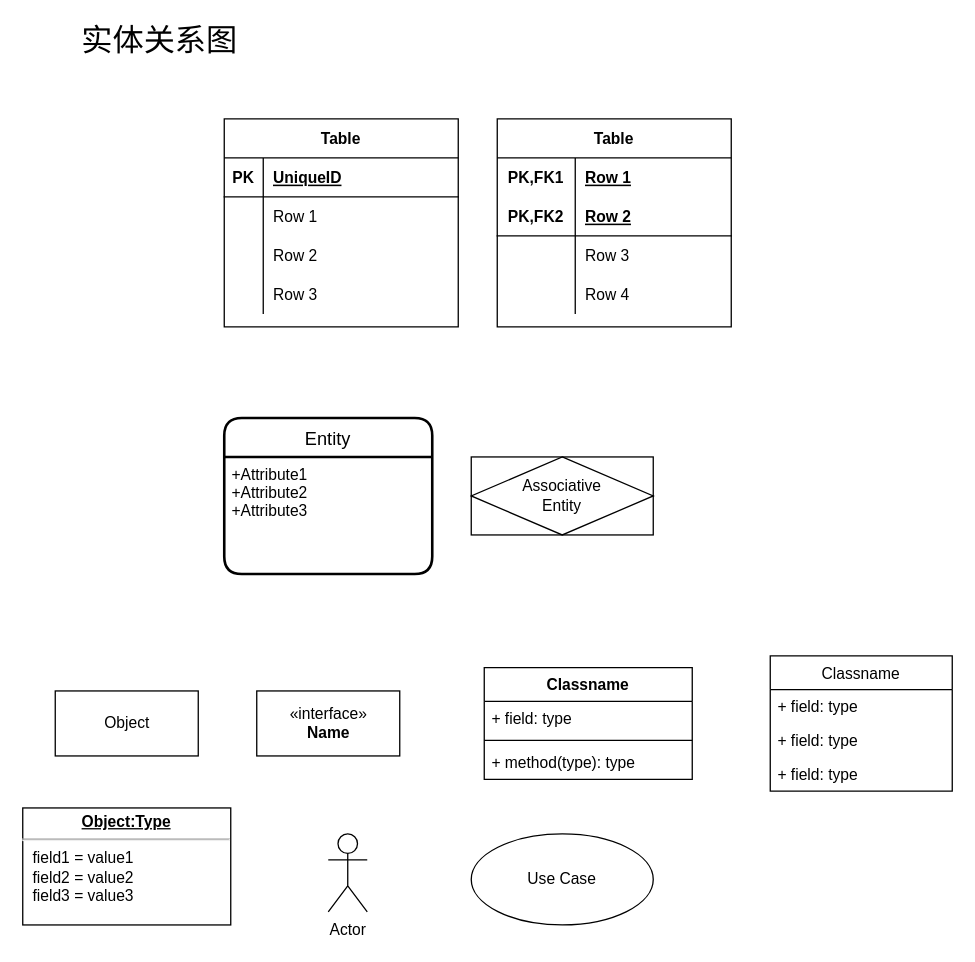
This is page "Page-2" (2 of 3) of 综合能源用户注册方案（v1.0）.drawio from 54czp/UML, a draw.io file, before an edit. Source tidied: cells renumbered, new cells numbered last; positions are measured from the earlier drawing's top-left corner, leaving out a move shared by most shapes. Both pictures are drawn from the tidied source at 130%, with x=0, y=0 at pixel (22, 27).
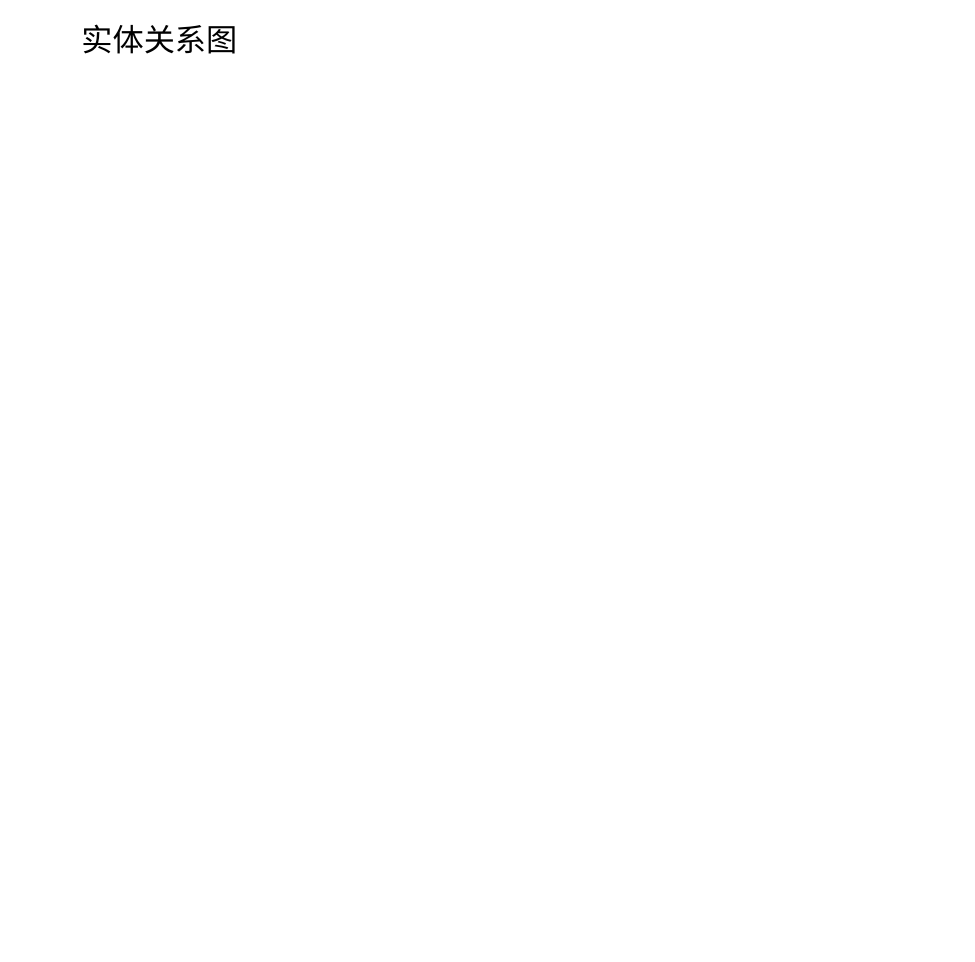
The same page after the edit.

Commit message:
Update 综合能源用户注册方案（v1.0）.drawio

What changed in the source:
```diff
@@
-    <mxCell id="3" value="Table" style="shape=table;startSize=30;childLayout=tableLayout;rowLines=0;fontStyle=1;align=center;" parent="1" vertex="1">
-      <mxGeometry x="155" y="70" width="180" height="160" as="geometry" />
-    </mxCell>
-    <mxCell id="4" style="shape=partialRectangle;fillColor=none;top=0;left=0;bottom=1;right=0;" parent="3" vertex="1">
-      <mxGeometry y="30" width="180" height="30" as="geometry" />
-    </mxCell>
-    <mxCell id="5" value="PK" style="shape=partialRectangle;fillColor=none;top=0;left=0;bottom=0;right=0;fontStyle=1;overflow=hidden;" parent="4" vertex="1">
-      <mxGeometry width="30" height="30" as="geometry" />
-    </mxCell>
-    <mxCell id="6" value="UniqueID" style="shape=partialRectangle;fillColor=none;top=0;left=0;bottom=0;right=0;align=left;spacingLeft=6;fontStyle=5;overflow=hidden;" parent="4" vertex="1">
-      <mxGeometry x="30" width="150" height="30" as="geometry" />
-    </mxCell>
-    <mxCell id="7" style="shape=partialRectangle;fillColor=none;top=0;left=0;bottom=0;right=0;" parent="3" vertex="1">
-      <mxGeometry y="60" width="180" height="30" as="geometry" />
-    </mxCell>
-    <mxCell id="8" style="shape=partialRectangle;fillColor=none;top=0;left=0;bottom=0;right=0;overflow=hidden;" parent="7" vertex="1">
-      <mxGeometry width="30" height="30" as="geometry" />
-    </mxCell>
-    <mxCell id="9" value="Row 1" style="shape=partialRectangle;fillColor=none;top=0;left=0;bottom=0;right=0;align=left;spacingLeft=6;overflow=hidden;" parent="7" vertex="1">
-      <mxGeometry x="30" width="150" height="30" as="geometry" />
-    </mxCell>
-    <mxCell id="10" style="shape=partialRectangle;fillColor=none;top=0;left=0;bottom=0;right=0;" parent="3" vertex="1">
-      <mxGeometry y="90" width="180" height="30" as="geometry" />
-    </mxCell>
-    <mxCell id="11" style="shape=partialRectangle;fillColor=none;top=0;left=0;bottom=0;right=0;overflow=hidden;" parent="10" vertex="1">
-      <mxGeometry width="30" height="30" as="geometry" />
-    </mxCell>
-    <mxCell id="12" value="Row 2" style="shape=partialRectangle;fillColor=none;top=0;left=0;bottom=0;right=0;align=left;spacingLeft=6;overflow=hidden;" parent="10" vertex="1">
-      <mxGeometry x="30" width="150" height="30" as="geometry" />
-    </mxCell>
-    <mxCell id="13" style="shape=partialRectangle;fillColor=none;top=0;left=0;bottom=0;right=0;" parent="3" vertex="1">
-      <mxGeometry y="120" width="180" height="30" as="geometry" />
-    </mxCell>
-    <mxCell id="14" style="shape=partialRectangle;fillColor=none;top=0;left=0;bottom=0;right=0;overflow=hidden;" parent="13" vertex="1">
-      <mxGeometry width="30" height="30" as="geometry" />
-    </mxCell>
-    <mxCell id="15" value="Row 3" style="shape=partialRectangle;fillColor=none;top=0;left=0;bottom=0;right=0;align=left;spacingLeft=6;overflow=hidden;" parent="13" vertex="1">
-      <mxGeometry x="30" width="150" height="30" as="geometry" />
-    </mxCell>
-    <mxCell id="16" value="Table" style="shape=table;startSize=30;childLayout=tableLayout;rowLines=0;fontStyle=1;align=center;" parent="1" vertex="1">
-      <mxGeometry x="365" y="70" width="180" height="160" as="geometry" />
-    </mxCell>
-    <mxCell id="17" style="shape=partialRectangle;fillColor=none;top=0;left=0;bottom=0;right=0;" parent="16" vertex="1">
-      <mxGeometry y="30" width="180" height="30" as="geometry" />
-    </mxCell>
-    <mxCell id="18" value="PK,FK1" style="shape=partialRectangle;fillColor=none;top=0;left=0;bottom=0;right=0;fontStyle=1;overflow=hidden;" parent="17" vertex="1">
-      <mxGeometry width="60" height="30" as="geometry" />
-    </mxCell>
-    <mxCell id="19" value="Row 1" style="shape=partialRectangle;fillColor=none;top=0;left=0;bottom=0;right=0;align=left;spacingLeft=6;fontStyle=5;overflow=hidden;" parent="17" vertex="1">
-      <mxGeometry x="60" width="120" height="30" as="geometry" />
-    </mxCell>
-    <mxCell id="20" style="shape=partialRectangle;fillColor=none;top=0;left=0;bottom=1;right=0;" parent="16" vertex="1">
-      <mxGeometry y="60" width="180" height="30" as="geometry" />
-    </mxCell>
-    <mxCell id="21" value="PK,FK2" style="shape=partialRectangle;fillColor=none;top=0;left=0;bottom=0;right=0;fontStyle=1;overflow=hidden;" parent="20" vertex="1">
-      <mxGeometry width="60" height="30" as="geometry" />
-    </mxCell>
-    <mxCell id="22" value="Row 2" style="shape=partialRectangle;fillColor=none;top=0;left=0;bottom=0;right=0;align=left;spacingLeft=6;fontStyle=5;overflow=hidden;" parent="20" vertex="1">
-      <mxGeometry x="60" width="120" height="30" as="geometry" />
-    </mxCell>
-    <mxCell id="23" style="shape=partialRectangle;fillColor=none;top=0;left=0;bottom=0;right=0;" parent="16" vertex="1">
-      <mxGeometry y="90" width="180" height="30" as="geometry" />
-    </mxCell>
-    <mxCell id="24" style="shape=partialRectangle;fillColor=none;top=0;left=0;bottom=0;right=0;overflow=hidden;" parent="23" vertex="1">
-      <mxGeometry width="60" height="30" as="geometry" />
-    </mxCell>
-    <mxCell id="25" value="Row 3" style="shape=partialRectangle;fillColor=none;top=0;left=0;bottom=0;right=0;align=left;spacingLeft=6;overflow=hidden;" parent="23" vertex="1">
-      <mxGeometry x="60" width="120" height="30" as="geometry" />
-    </mxCell>
-    <mxCell id="26" style="shape=partialRectangle;fillColor=none;top=0;left=0;bottom=0;right=0;" parent="16" vertex="1">
-      <mxGeometry y="120" width="180" height="30" as="geometry" />
-    </mxCell>
-    <mxCell id="27" style="shape=partialRectangle;fillColor=none;top=0;left=0;bottom=0;right=0;overflow=hidden;" parent="26" vertex="1">
-      <mxGeometry width="60" height="30" as="geometry" />
-    </mxCell>
-    <mxCell id="28" value="Row 4" style="shape=partialRectangle;fillColor=none;top=0;left=0;bottom=0;right=0;align=left;spacingLeft=6;overflow=hidden;" parent="26" vertex="1">
-      <mxGeometry x="60" width="120" height="30" as="geometry" />
-    </mxCell>
-    <mxCell id="29" value="Entity" style="swimlane;horizontal=1;startSize=30;rounded=1;fontSize=14;fontStyle=0;strokeWidth=2;shadow=0;dashed=0;align=center;" parent="1" vertex="1">
-      <mxGeometry x="155" y="300" width="160" height="120" as="geometry" />
-    </mxCell>
-    <mxCell id="30" value="+Attribute1&#10;+Attribute2&#10;+Attribute3" style="align=left;strokeColor=none;fillColor=none;spacingLeft=4;fontSize=12;verticalAlign=top;" parent="29" vertex="1">
-      <mxGeometry y="30" width="160" height="90" as="geometry" />
-    </mxCell>
-    <mxCell id="31" value="Associative&#10;Entity" style="shape=associativeEntity;whiteSpace=wrap;html=1;align=center;" parent="1" vertex="1">
-      <mxGeometry x="345" y="330" width="140" height="60" as="geometry" />
-    </mxCell>
-    <mxCell id="32" value="Object" style="html=1;" parent="1" vertex="1">
-      <mxGeometry x="25" y="510" width="110" height="50" as="geometry" />
-    </mxCell>
-    <mxCell id="33" value="&amp;laquo;interface&amp;raquo;&lt;br&gt;&lt;b&gt;Name&lt;/b&gt;" style="html=1;" parent="1" vertex="1">
-      <mxGeometry x="180" y="510" width="110" height="50" as="geometry" />
-    </mxCell>
-    <mxCell id="34" value="Classname" style="swimlane;fontStyle=1;align=center;verticalAlign=top;horizontal=1;startSize=26;" parent="1" vertex="1">
-      <mxGeometry x="355" y="492" width="160" height="86" as="geometry" />
-    </mxCell>
-    <mxCell id="35" value="+ field: type" style="text;strokeColor=none;fillColor=none;align=left;verticalAlign=top;spacingLeft=4;spacingRight=4;overflow=hidden;" parent="34" vertex="1">
-      <mxGeometry y="26" width="160" height="26" as="geometry" />
-    </mxCell>
-    <mxCell id="36" style="line;strokeWidth=1;fillColor=none;align=left;verticalAlign=middle;spacingTop=-1;spacingLeft=3;spacingRight=3;labelPosition=right;" parent="34" vertex="1">
-      <mxGeometry y="52" width="160" height="8" as="geometry" />
-    </mxCell>
-    <mxCell id="37" value="+ method(type): type" style="text;strokeColor=none;fillColor=none;align=left;verticalAlign=top;spacingLeft=4;spacingRight=4;overflow=hidden;" parent="34" vertex="1">
-      <mxGeometry y="60" width="160" height="26" as="geometry" />
-    </mxCell>
-    <mxCell id="38" value="Classname" style="swimlane;fontStyle=0;horizontal=1;startSize=26;fillColor=none;" parent="1" vertex="1">
-      <mxGeometry x="575" y="483" width="140" height="104" as="geometry" />
-    </mxCell>
-    <mxCell id="39" value="+ field: type" style="text;strokeColor=none;fillColor=none;align=left;verticalAlign=top;spacingLeft=4;spacingRight=4;overflow=hidden;" parent="38" vertex="1">
-      <mxGeometry y="26" width="140" height="26" as="geometry" />
-    </mxCell>
-    <mxCell id="40" value="+ field: type" style="text;strokeColor=none;fillColor=none;align=left;verticalAlign=top;spacingLeft=4;spacingRight=4;overflow=hidden;" parent="38" vertex="1">
-      <mxGeometry y="52" width="140" height="26" as="geometry" />
-    </mxCell>
-    <mxCell id="41" value="+ field: type" style="text;strokeColor=none;fillColor=none;align=left;verticalAlign=top;spacingLeft=4;spacingRight=4;overflow=hidden;" parent="38" vertex="1">
-      <mxGeometry y="78" width="140" height="26" as="geometry" />
-    </mxCell>
-    <mxCell id="42" value="&lt;p style=&quot;margin:0px;margin-top:4px;text-align:center;text-decoration:underline;&quot;&gt;&lt;b&gt;Object:Type&lt;/b&gt;&lt;/p&gt;&lt;hr/&gt;&lt;p style=&quot;margin:0px;margin-left:8px;&quot;&gt;field1 = value1&lt;br/&gt;field2 = value2&lt;br&gt;field3 = value3&lt;/p&gt;" style="verticalAlign=top;align=left;overflow=fill;fontSize=12;fontFamily=Helvetica;html=1;" parent="1" vertex="1">
-      <mxGeometry y="600" width="160" height="90" as="geometry" />
-    </mxCell>
-    <mxCell id="43" value="Actor" style="shape=umlActor;verticalLabelPosition=bottom;verticalAlign=top;html=1;" parent="1" vertex="1">
-      <mxGeometry x="235" y="620" width="30" height="60" as="geometry" />
-    </mxCell>
-    <mxCell id="44" value="Use Case" style="ellipse;whiteSpace=wrap;html=1;" parent="1" vertex="1">
-      <mxGeometry x="345" y="620" width="140" height="70" as="geometry" />
-    </mxCell>
```
